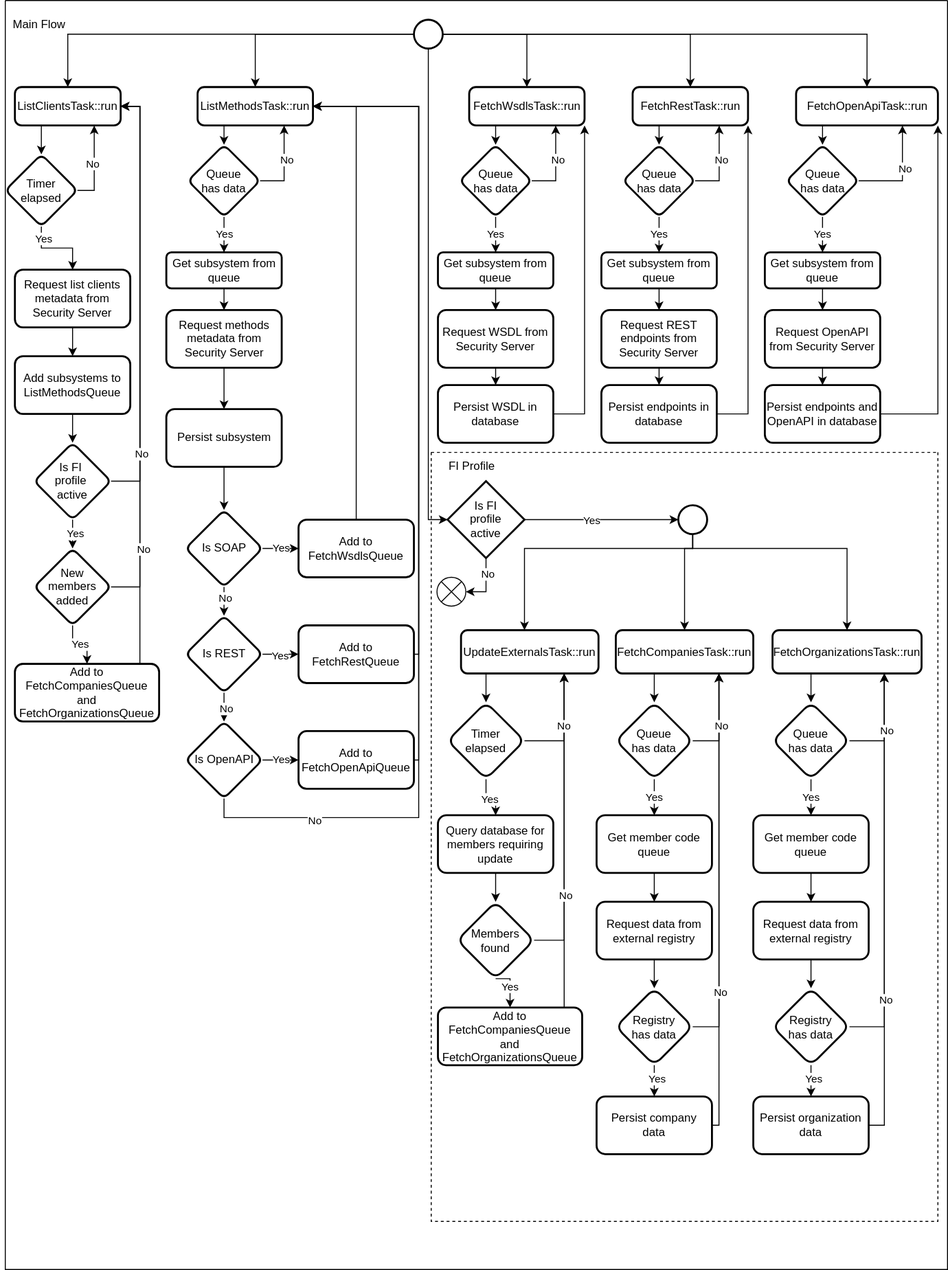
Earlier version of the draw.io export xroad-catalog-collector/collector_process.svg (nordic-institute/x-road-catalog). Source tidied: cells renumbered, new cells last; positions are measured from the earlier drawing's top-left corner, leaving out a move shared by most shapes.
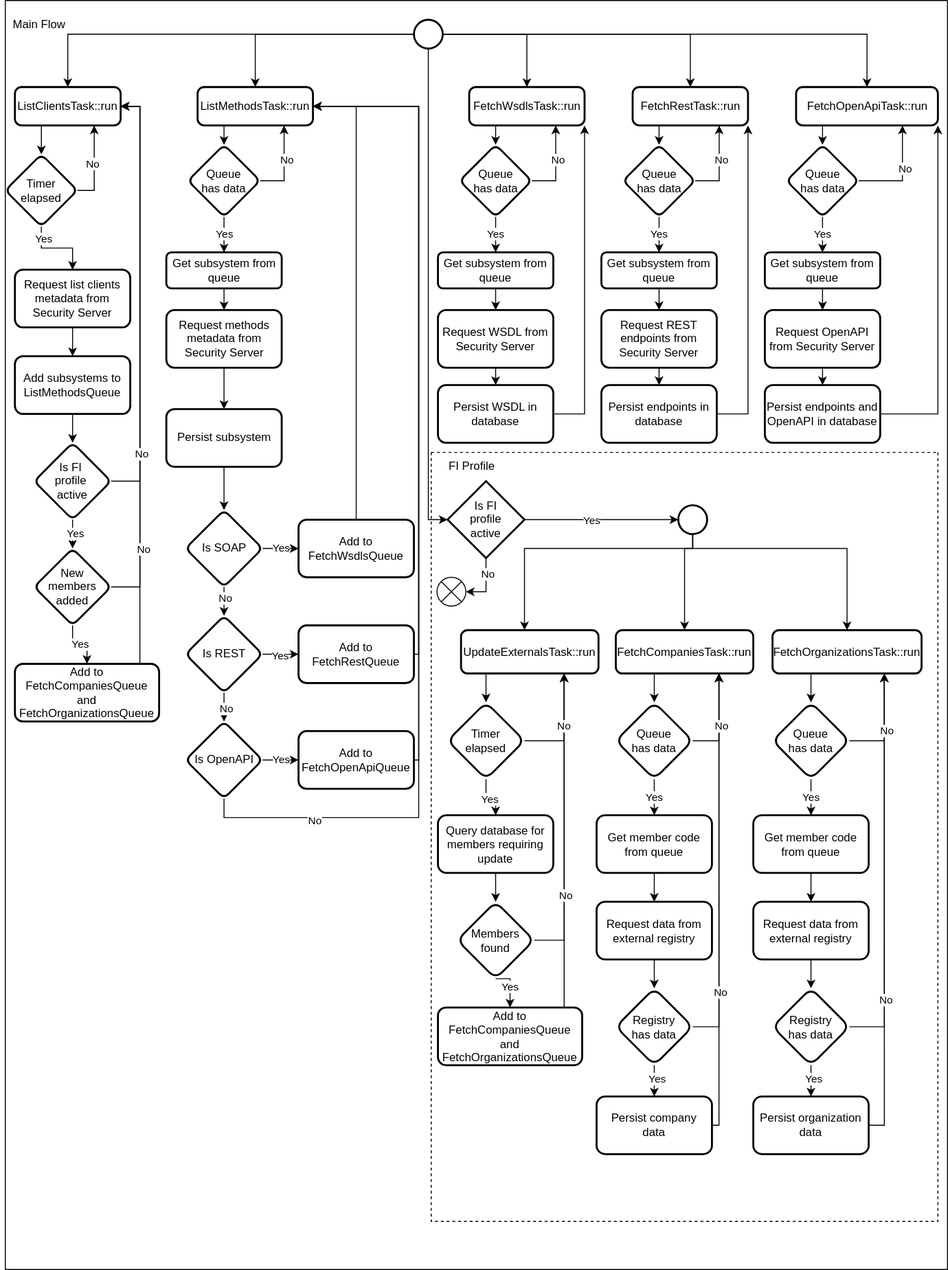
The same file after the commit.

Commit message:
chore: fix typo in diagram

Diff of the diagram source:
```diff
@@ -467,7 +467,7 @@
     <mxCell id="129" style="edgeStyle=orthogonalEdgeStyle;rounded=0;jettySize=auto;html=1;" parent="100" edge="1" source="130" target="132">
       <mxGeometry relative="1" as="geometry" />
     </mxCell>
-    <mxCell id="130" value="Get member code queue" style="whiteSpace=wrap;html=1;rounded=1;strokeWidth=2;" parent="100" vertex="1">
+    <mxCell id="130" value="Get member code from queue" style="whiteSpace=wrap;html=1;rounded=1;strokeWidth=2;" parent="100" vertex="1">
       <mxGeometry x="172" y="377.5" width="120" height="60" as="geometry" />
     </mxCell>
     <mxCell id="131" style="edgeStyle=orthogonalEdgeStyle;rounded=0;jettySize=auto;html=1;" parent="100" edge="1" source="132" target="135">
@@ -527,7 +527,7 @@
     <mxCell id="146" style="edgeStyle=orthogonalEdgeStyle;rounded=0;jettySize=auto;html=1;" parent="100" edge="1" source="147" target="149">
       <mxGeometry relative="1" as="geometry" />
     </mxCell>
-    <mxCell id="147" value="Get member code queue" style="whiteSpace=wrap;html=1;rounded=1;strokeWidth=2;" parent="100" vertex="1">
+    <mxCell id="147" value="Get member code from queue" style="whiteSpace=wrap;html=1;rounded=1;strokeWidth=2;" parent="100" vertex="1">
       <mxGeometry x="335" y="377.5" width="120" height="60" as="geometry" />
     </mxCell>
     <mxCell id="148" style="edgeStyle=orthogonalEdgeStyle;rounded=0;jettySize=auto;html=1;" parent="100" edge="1" source="149" target="152">
```
